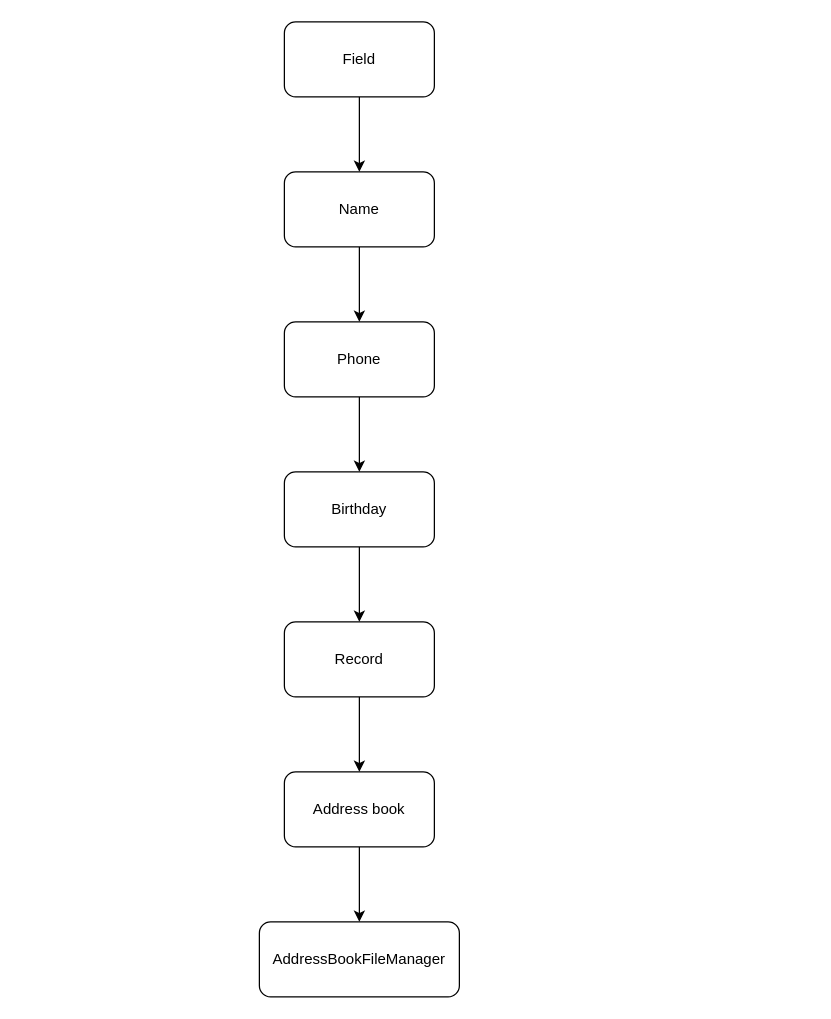
Above: Діаграма без назви.drawio in yehor393/BOT_CLI (draw.io), before the change. Source tidied: cells renumbered, new cells numbered last; positions are measured from the earlier drawing's top-left corner, leaving out a move shared by most shapes. Both pictures are drawn from the tidied source at 125%, with x=0, y=0 at pixel (259, 21).
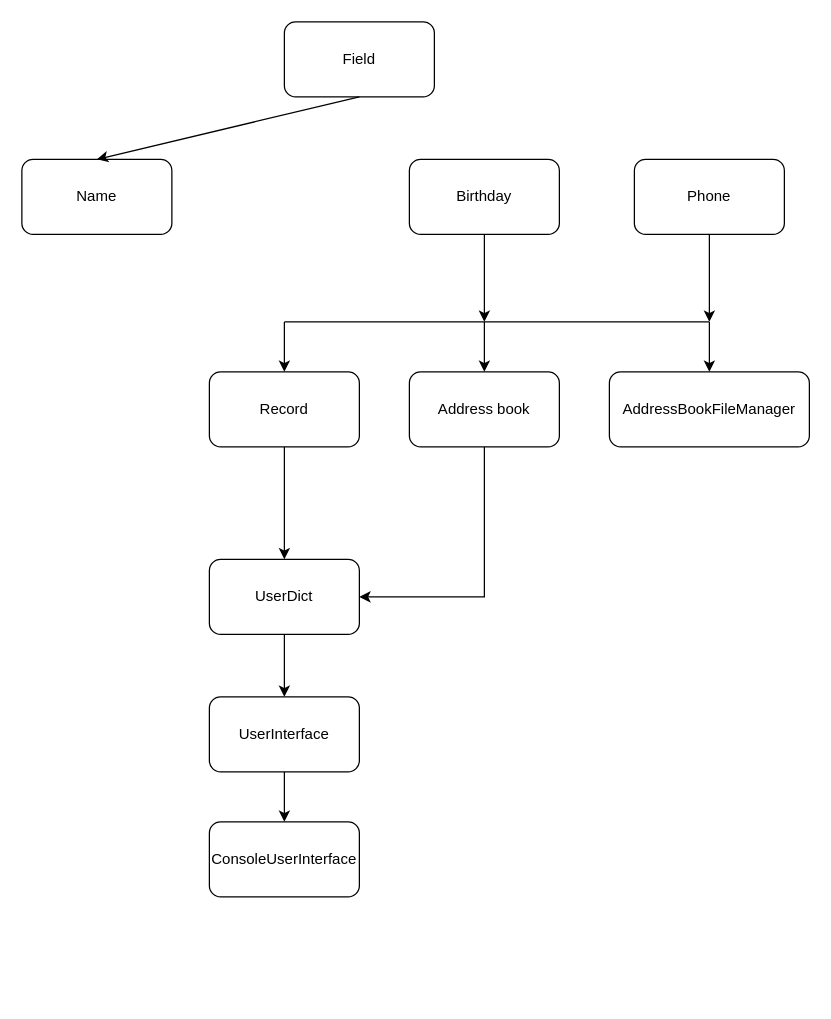
The same diagram, later.

Change to the diagram source:
```diff
@@
     <mxCell id="3" value="Name" style="rounded=1;whiteSpace=wrap;html=1;" parent="1" vertex="1">
-      <mxGeometry x="20" y="120" width="120" height="60" as="geometry" />
+      <mxGeometry x="-190" y="110" width="120" height="60" as="geometry" />
     </mxCell>
     <mxCell id="4" value="Phone" style="rounded=1;whiteSpace=wrap;html=1;" parent="1" vertex="1">
-      <mxGeometry x="20" y="240" width="120" height="60" as="geometry" />
+      <mxGeometry x="300" y="110" width="120" height="60" as="geometry" />
     </mxCell>
     <mxCell id="5" value="Birthday" style="rounded=1;whiteSpace=wrap;html=1;" parent="1" vertex="1">
-      <mxGeometry x="20" y="360" width="120" height="60" as="geometry" />
+      <mxGeometry x="120" y="110" width="120" height="60" as="geometry" />
     </mxCell>
@@
-    <mxCell id="7" style="endArrow=classic;html=1;rounded=0;entryX=0.5;entryY=0;entryDx=0;entryDy=0;exitX=0.5;exitY=1;exitDx=0;exitDy=0;" parent="1" edge="1" source="3" target="4">
-      <mxGeometry relative="1" as="geometry" />
-    </mxCell>
-    <mxCell id="8" style="endArrow=classic;html=1;rounded=0;exitX=0.5;exitY=1;exitDx=0;exitDy=0;entryX=0.5;entryY=0;entryDx=0;entryDy=0;" parent="1" edge="1" source="4" target="5">
-      <mxGeometry relative="1" as="geometry" />
+    <mxCell id="8" style="endArrow=classic;html=1;rounded=0;exitX=0.5;exitY=1;exitDx=0;exitDy=0;" parent="1" edge="1" source="4">
+      <mxGeometry relative="1" as="geometry">
+        <mxPoint x="360" y="240" as="targetPoint" />
+      </mxGeometry>
     </mxCell>
     <mxCell id="9" value="Record" style="rounded=1;whiteSpace=wrap;html=1;" parent="1" vertex="1">
-      <mxGeometry x="20" y="480" width="120" height="60" as="geometry" />
+      <mxGeometry x="-40" y="280" width="120" height="60" as="geometry" />
     </mxCell>
-    <mxCell id="10" style="endArrow=classic;html=1;rounded=0;exitX=0.5;exitY=1;exitDx=0;exitDy=0;" parent="1" edge="1" source="5" target="9">
-      <mxGeometry relative="1" as="geometry" />
+    <mxCell id="10" style="endArrow=classic;html=1;rounded=0;exitX=0.5;exitY=1;exitDx=0;exitDy=0;" parent="1" edge="1" source="5">
+      <mxGeometry relative="1" as="geometry">
+        <mxPoint x="180" y="240" as="targetPoint" />
+      </mxGeometry>
     </mxCell>
     <mxCell id="11" value="Address book" style="rounded=1;whiteSpace=wrap;html=1;" parent="1" vertex="1">
-      <mxGeometry x="20" y="600" width="120" height="60" as="geometry" />
+      <mxGeometry x="120" y="280" width="120" height="60" as="geometry" />
     </mxCell>
-    <mxCell id="12" style="endArrow=classic;html=1;rounded=0;exitX=0.5;exitY=1;exitDx=0;exitDy=0;entryX=0.5;entryY=0;entryDx=0;entryDy=0;" parent="1" edge="1" source="9" target="11">
+    <mxCell id="12" style="endArrow=classic;html=1;rounded=0;exitX=0.5;exitY=1;exitDx=0;exitDy=0;entryX=0.5;entryY=0;entryDx=0;entryDy=0;" parent="1" edge="1" source="9" target="20">
       <mxGeometry relative="1" as="geometry" />
     </mxCell>
     <mxCell id="13" value="AddressBookFileManager  " style="rounded=1;whiteSpace=wrap;html=1;" parent="1" vertex="1">
-      <mxGeometry y="720" width="160" height="60" as="geometry" />
+      <mxGeometry x="280" y="280" width="160" height="60" as="geometry" />
     </mxCell>
-    <mxCell id="14" style="endArrow=classic;html=1;rounded=0;exitX=0.5;exitY=1;exitDx=0;exitDy=0;entryX=0.5;entryY=0;entryDx=0;entryDy=0;" parent="1" edge="1" source="11" target="13">
-      <mxGeometry relative="1" as="geometry" />
+    <mxCell id="14" style="endArrow=classic;html=1;rounded=0;exitX=0.5;exitY=1;exitDx=0;exitDy=0;entryX=1;entryY=0.5;entryDx=0;entryDy=0;" parent="1" edge="1" source="11" target="20">
+      <mxGeometry relative="1" as="geometry">
+        <Array as="points">
+          <mxPoint x="180" y="460" />
+        </Array>
+      </mxGeometry>
     </mxCell>
+    <mxCell id="15" style="endArrow=none;html=1;rounded=0;" parent="1" edge="1">
+      <mxGeometry relative="1" as="geometry">
+        <mxPoint x="20" y="240" as="sourcePoint" />
+        <mxPoint x="360" y="240" as="targetPoint" />
+      </mxGeometry>
+    </mxCell>
+    <mxCell id="16" style="endArrow=classic;html=1;rounded=0;entryX=0.5;entryY=0;entryDx=0;entryDy=0;" parent="1" edge="1" target="13">
+      <mxGeometry relative="1" as="geometry">
+        <mxPoint x="360" y="240" as="sourcePoint" />
+      </mxGeometry>
+    </mxCell>
+    <mxCell id="17" style="endArrow=classic;html=1;rounded=0;entryX=0.5;entryY=0;entryDx=0;entryDy=0;" parent="1" edge="1" target="9">
+      <mxGeometry relative="1" as="geometry">
+        <mxPoint x="20" y="240" as="sourcePoint" />
+      </mxGeometry>
+    </mxCell>
+    <mxCell id="18" style="endArrow=classic;html=1;rounded=0;entryX=0.5;entryY=0;entryDx=0;entryDy=0;" parent="1" edge="1" target="11">
+      <mxGeometry relative="1" as="geometry">
+        <mxPoint x="180" y="240" as="sourcePoint" />
+      </mxGeometry>
+    </mxCell>
+    <mxCell id="19" style="edgeStyle=orthogonalEdgeStyle;rounded=0;jettySize=auto;html=1;" parent="1" edge="1" source="20" target="22">
+      <mxGeometry relative="1" as="geometry" />
+    </mxCell>
+    <mxCell id="20" value="UserDict       " style="rounded=1;whiteSpace=wrap;html=1;" parent="1" vertex="1">
+      <mxGeometry x="-40" y="430" width="120" height="60" as="geometry" />
+    </mxCell>
+    <mxCell id="21" style="edgeStyle=orthogonalEdgeStyle;rounded=0;jettySize=auto;html=1;" parent="1" edge="1" source="22" target="23">
+      <mxGeometry relative="1" as="geometry" />
+    </mxCell>
+    <mxCell id="22" value="UserInterface    " style="rounded=1;whiteSpace=wrap;html=1;" parent="1" vertex="1">
+      <mxGeometry x="-40" y="540" width="120" height="60" as="geometry" />
+    </mxCell>
+    <mxCell id="23" value="ConsoleUserInterface" style="rounded=1;whiteSpace=wrap;html=1;" parent="1" vertex="1">
+      <mxGeometry x="-40" y="640" width="120" height="60" as="geometry" />
+    </mxCell>
```
